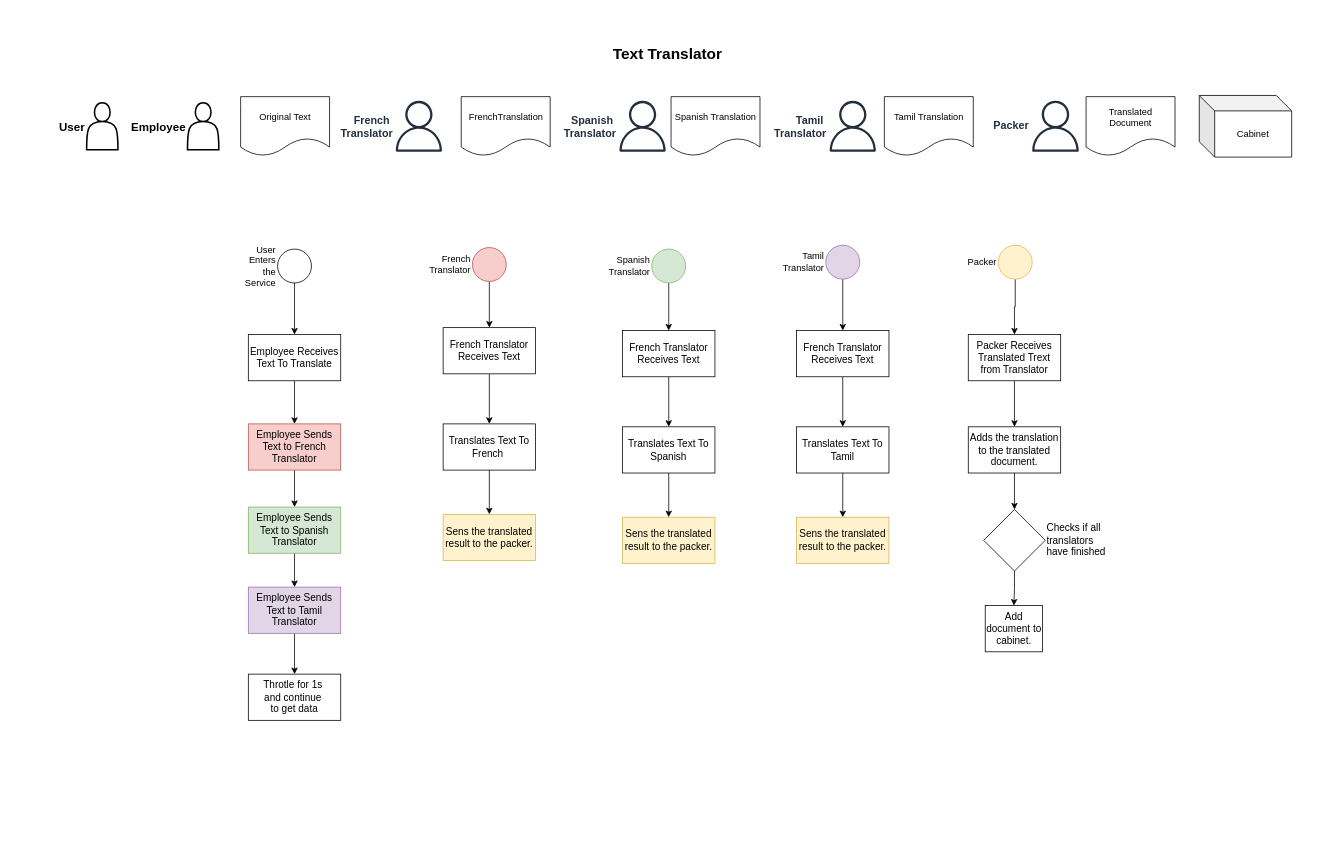
vishalpalaniappan/asp-adli-python keeps this draw.io diagram as page "text-translator" (5 of 5) of sample/LibraryManager.drawio. Above is the earlier version. Source tidied: cells renumbered, new cells numbered last; positions are measured from the earlier drawing's top-left corner, leaving out a move shared by most shapes. Both pictures are drawn from the tidied source at 77%, with x=0, y=0 at pixel (86, 42).
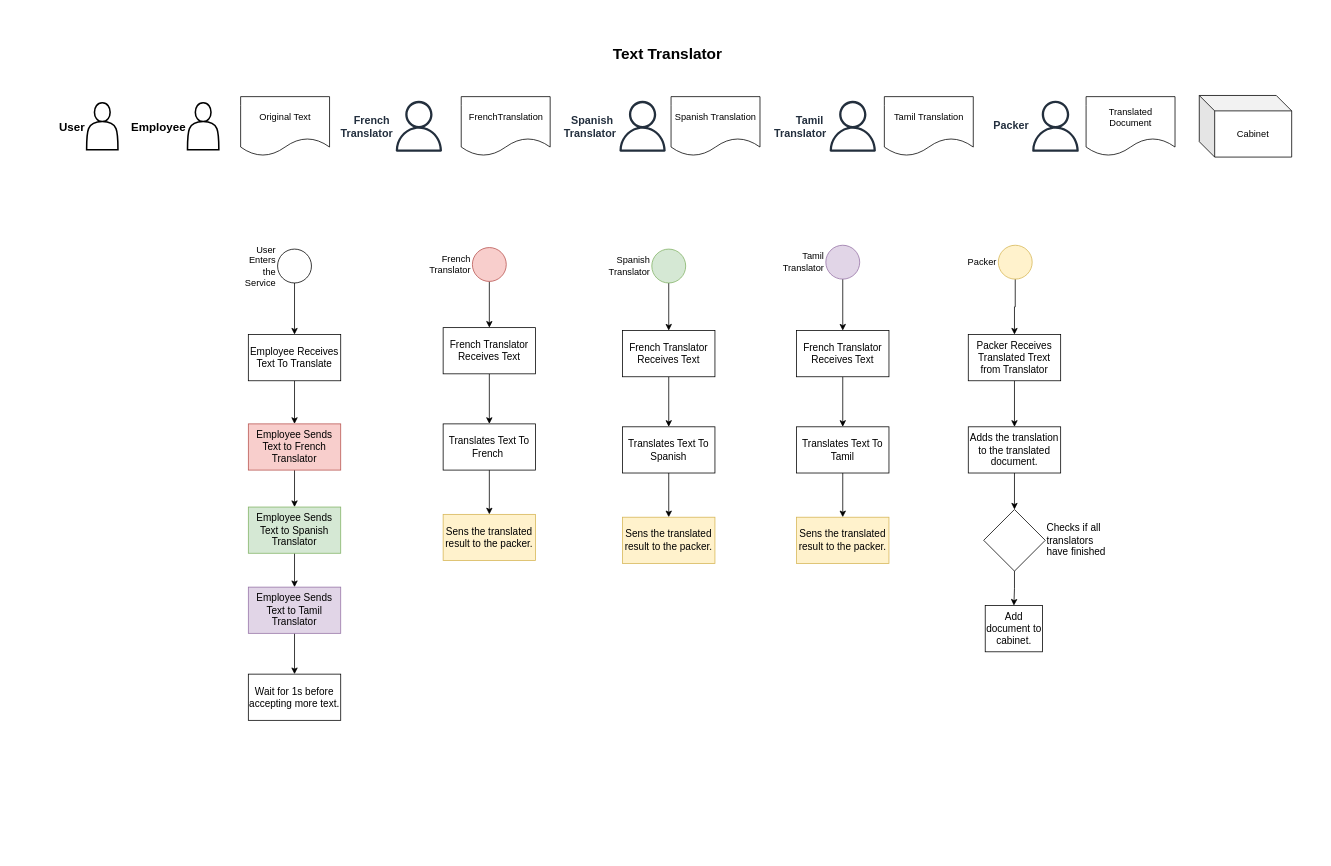
The same diagram, later.

Commit message:
Fix text in design diagram.

What changed in the source:
```diff
@@
+    <mxCell id="56" style="rounded=0;whiteSpace=wrap;html=1;strokeColor=none;" parent="1" vertex="1">
+      <mxGeometry x="-95" y="-37" width="1694" height="1091" as="geometry" />
+    </mxCell>
@@
-    <mxCell id="18" value="Throtle for 1s&amp;nbsp;&lt;div&gt;and continue&amp;nbsp;&lt;/div&gt;&lt;div&gt;to&amp;nbsp;&lt;span style=&quot;background-color: initial;&quot;&gt;get data&lt;/span&gt;&lt;/div&gt;" style="rounded=0;whiteSpace=wrap;html=1;fontSize=13;" parent="1" vertex="1">
+    <mxCell id="18" value="Wait for 1s before accepting more text." style="rounded=0;whiteSpace=wrap;html=1;fontSize=13;" parent="1" vertex="1">
       <mxGeometry x="210" y="821" width="120" height="60" as="geometry" />
     </mxCell>
```
